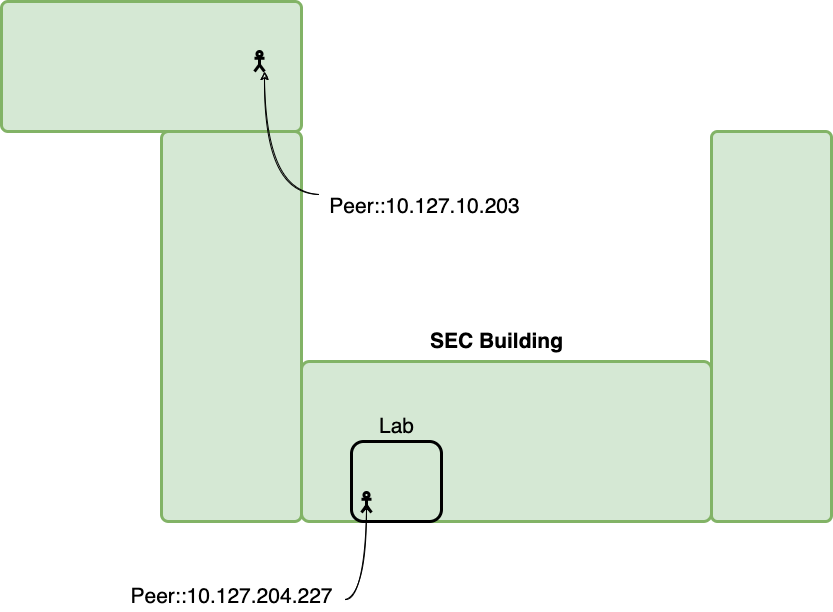
Earlier version of the draw.io export final_paper/Images/experiment/senarios/in_floor.drawio.png (TrupeshKumarPatel/IoT_RaspberryPi). Source tidied: cells renumbered, new cells last; positions are measured from the earlier drawing's top-left corner, leaving out a move shared by most shapes.
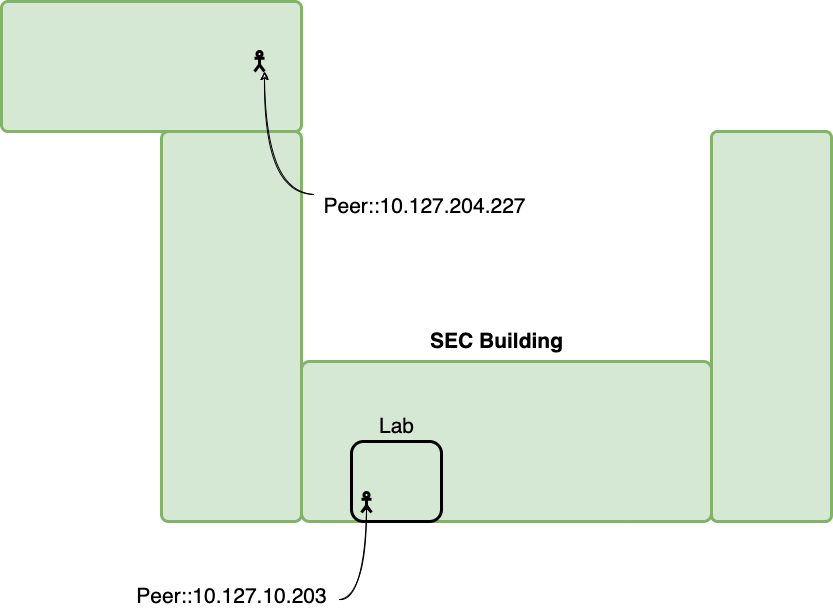
Later version of the same file.

Diff of the diagram source:
```diff
@@ -32,11 +32,11 @@
     <mxCell id="11" style="endArrow=classic;html=1;rounded=0;fontSize=21;sketch=1;edgeStyle=orthogonalEdgeStyle;curved=1;entryX=0.5;entryY=0.5;entryDx=0;entryDy=0;entryPerimeter=0;exitX=1.014;exitY=0.6;exitDx=0;exitDy=0;exitPerimeter=0;" parent="1" edge="1" source="12" target="7">
       <mxGeometry relative="1" as="geometry" />
     </mxCell>
-    <mxCell id="12" value="Peer::10.127.204.227" style="text;html=1;align=center;verticalAlign=middle;points=[];strokeColor=none;fillColor=none;fontSize=21;" parent="1" vertex="1">
-      <mxGeometry x="120" y="580" width="220" height="30" as="geometry" />
+    <mxCell id="12" value="Peer::10.127.10.203" style="text;html=1;align=center;verticalAlign=middle;points=[];strokeColor=none;fillColor=none;fontSize=21;" parent="1" vertex="1">
+      <mxGeometry x="125" y="580" width="210" height="30" as="geometry" />
     </mxCell>
-    <mxCell id="13" value="Peer::10.127.10.203" style="text;html=1;align=center;verticalAlign=middle;points=[];strokeColor=none;fillColor=none;fontSize=21;" parent="1" vertex="1">
-      <mxGeometry x="318" y="190" width="210" height="30" as="geometry" />
+    <mxCell id="13" value="Peer::10.127.204.227" style="text;html=1;align=center;verticalAlign=middle;points=[];strokeColor=none;fillColor=none;fontSize=21;" parent="1" vertex="1">
+      <mxGeometry x="313" y="190" width="220" height="30" as="geometry" />
     </mxCell>
     <mxCell id="14" style="endArrow=classic;html=1;rounded=0;fontSize=21;sketch=1;edgeStyle=orthogonalEdgeStyle;curved=1;entryX=1;entryY=1;entryDx=0;entryDy=0;entryPerimeter=0;exitX=0;exitY=0.1;exitDx=0;exitDy=0;exitPerimeter=0;" parent="1" edge="1" source="13" target="8">
       <mxGeometry relative="1" as="geometry" />
```
